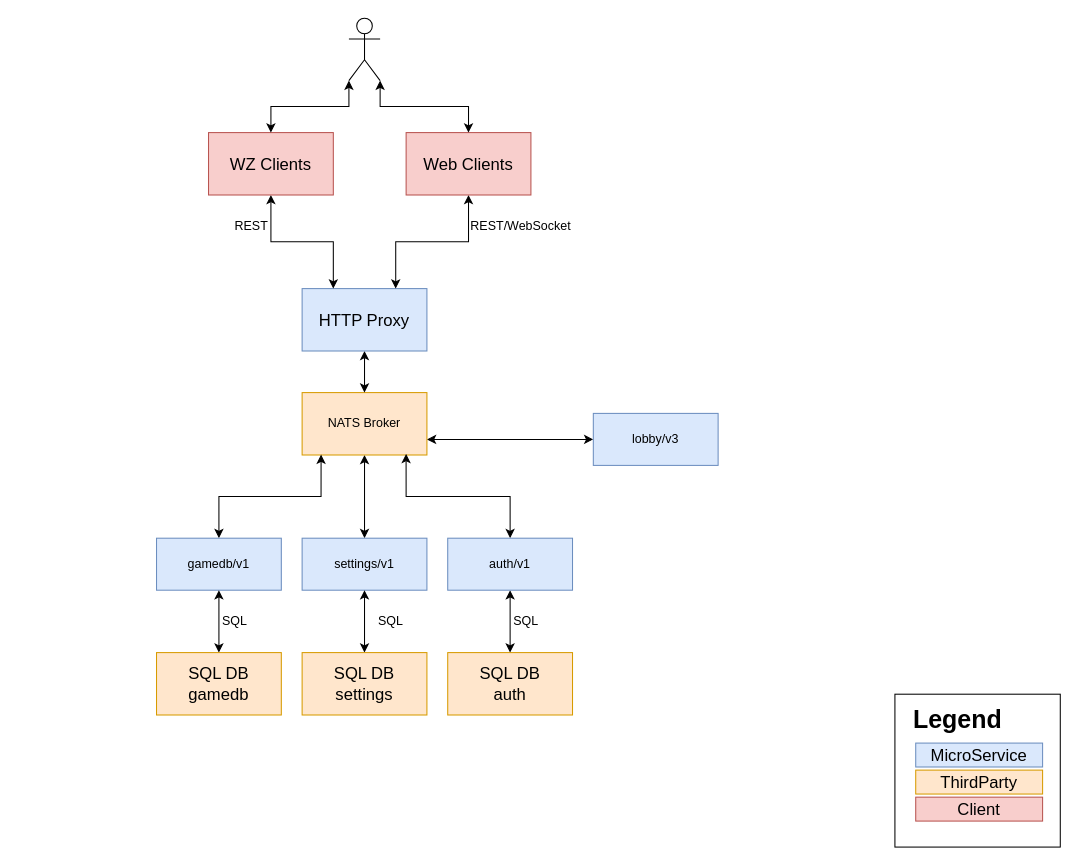
Above: docs/micro-service-architecture.drawio in jochumdev/microlobby (draw.io), before the change. Source tidied: cells renumbered, new cells numbered last; positions are measured from the earlier drawing's top-left corner, leaving out a move shared by most shapes. Both pictures are drawn from the tidied source at 104%, with x=0, y=0 at pixel (156, 18).
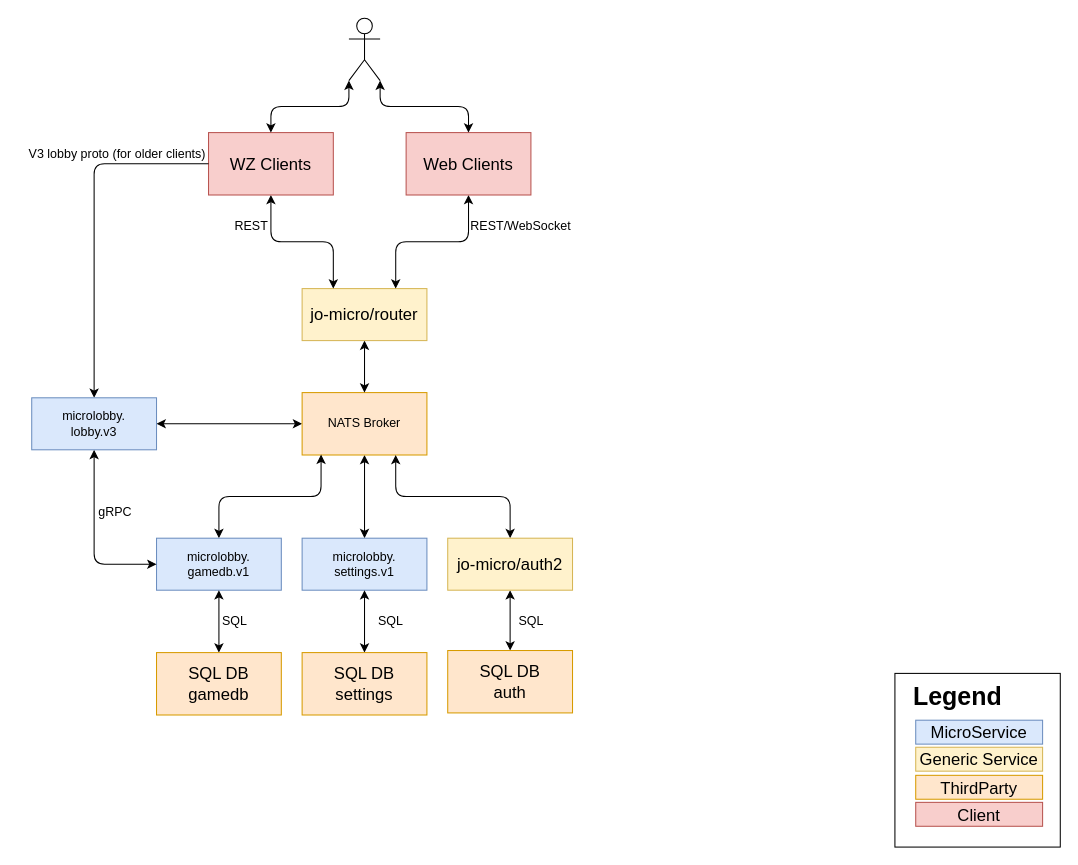
The same diagram, later.

The change refers to these unchanged cells:
```xml
<mxCell id="5" value="NATS Broker" style="rounded=0;whiteSpace=wrap;html=1;fillColor=#ffe6cc;strokeColor=#d79b00;" parent="1" vertex="1">
  <mxGeometry x="140" y="360" width="120" height="60" as="geometry" />
</mxCell>
<mxCell id="18" value="WZ Clients" style="rounded=0;whiteSpace=wrap;html=1;fontSize=16;fillColor=#f8cecc;strokeColor=#b85450;" parent="1" vertex="1">
  <mxGeometry x="50" y="110" width="120" height="60" as="geometry" />
</mxCell>
<mxCell id="20" value="Web Clients" style="rounded=0;whiteSpace=wrap;html=1;fontSize=16;fillColor=#f8cecc;strokeColor=#b85450;" parent="1" vertex="1">
  <mxGeometry x="240" y="110" width="120" height="60" as="geometry" />
</mxCell>
<mxCell id="26" style="shape=umlActor;verticalLabelPosition=bottom;verticalAlign=top;html=1;outlineConnect=0;fontSize=16;" parent="1" vertex="1">
  <mxGeometry x="185" width="30" height="60" as="geometry" />
</mxCell>
```

The edit, as a diff of the source:
```diff
@@
     <mxCell id="2" style="whiteSpace=wrap;html=1;fontSize=16;" parent="1" vertex="1">
-      <mxGeometry x="710" y="650" width="159" height="147" as="geometry" />
+      <mxGeometry x="710" y="630" width="159" height="167" as="geometry" />
     </mxCell>
-    <mxCell id="3" style="edgeStyle=orthogonalEdgeStyle;rounded=0;jettySize=auto;html=1;exitX=1;exitY=0.75;exitDx=0;exitDy=0;startArrow=classic;startFill=1;" parent="1" edge="1" source="5" target="31">
+    <mxCell id="3" style="edgeStyle=orthogonalEdgeStyle;rounded=0;jettySize=auto;html=1;exitX=0;exitY=0.5;exitDx=0;exitDy=0;startArrow=classic;startFill=1;" parent="1" edge="1" source="5" target="31">
       <mxGeometry relative="1" as="geometry" />
     </mxCell>
@@
-    <mxCell id="6" style="edgeStyle=orthogonalEdgeStyle;rounded=0;jettySize=auto;html=1;exitX=0.5;exitY=0;exitDx=0;exitDy=0;entryX=0.152;entryY=0.993;entryDx=0;entryDy=0;startArrow=classic;startFill=1;endArrow=classic;endFill=1;entryPerimeter=0;" parent="1" edge="1" source="7" target="5">
+    <mxCell id="6" style="rounded=1;jettySize=auto;html=1;exitX=0.5;exitY=0;exitDx=0;exitDy=0;entryX=0.152;entryY=0.993;entryDx=0;entryDy=0;startArrow=classic;startFill=1;endArrow=classic;endFill=1;entryPerimeter=0;edgeStyle=orthogonalEdgeStyle;" parent="1" edge="1" source="7" target="5">
       <mxGeometry relative="1" as="geometry" />
     </mxCell>
-    <mxCell id="7" value="gamedb/v1" style="rounded=0;whiteSpace=wrap;html=1;fillColor=#dae8fc;strokeColor=#6c8ebf;" parent="1" vertex="1">
+    <mxCell id="7" value="microlobby.&lt;br&gt;gamedb.v1" style="rounded=0;whiteSpace=wrap;html=1;fillColor=#dae8fc;strokeColor=#6c8ebf;" parent="1" vertex="1">
       <mxGeometry y="500" width="120" height="50" as="geometry" />
     </mxCell>
     <mxCell id="8" value="&lt;b style=&quot;font-size: 24px;&quot;&gt;Legend&lt;/b&gt;" style="text;html=1;align=center;verticalAlign=middle;strokeColor=none;fillColor=none;fontSize=24;" parent="1" vertex="1">
-      <mxGeometry x="720" y="660" width="100" height="30" as="geometry" />
+      <mxGeometry x="720" y="638" width="100" height="30" as="geometry" />
     </mxCell>
     <mxCell id="9" value="MicroService" style="rounded=0;whiteSpace=wrap;html=1;fontSize=16;fillColor=#dae8fc;strokeColor=#6c8ebf;" parent="1" vertex="1">
-      <mxGeometry x="730" y="697" width="122" height="23" as="geometry" />
+      <mxGeometry x="730" y="675" width="122" height="23" as="geometry" />
     </mxCell>
-    <mxCell id="10" value="ThirdParty" style="whiteSpace=wrap;html=1;fontSize=16;fillColor=#ffe6cc;strokeColor=#d79b00;" parent="1" vertex="1">
-      <mxGeometry x="730" y="723" width="122" height="23" as="geometry" />
+    <mxCell id="10" value="Generic Service" style="whiteSpace=wrap;html=1;fontSize=16;fillColor=#fff2cc;strokeColor=#d6b656;" parent="1" vertex="1">
+      <mxGeometry x="730" y="701" width="122" height="23" as="geometry" />
     </mxCell>
     <mxCell id="11" value="Client" style="rounded=0;whiteSpace=wrap;html=1;fontSize=16;fillColor=#f8cecc;strokeColor=#b85450;" parent="1" vertex="1">
-      <mxGeometry x="730" y="749" width="122" height="23" as="geometry" />
+      <mxGeometry x="730" y="754" width="122" height="23" as="geometry" />
     </mxCell>
-    <mxCell id="12" style="edgeStyle=orthogonalEdgeStyle;rounded=0;jettySize=auto;html=1;exitX=0.5;exitY=0;exitDx=0;exitDy=0;entryX=0.833;entryY=0.983;entryDx=0;entryDy=0;fontSize=16;startArrow=classic;startFill=1;endArrow=classic;endFill=1;entryPerimeter=0;" parent="1" edge="1" source="14" target="5">
-      <mxGeometry relative="1" as="geometry" />
-    </mxCell>
-    <mxCell id="13" style="edgeStyle=orthogonalEdgeStyle;rounded=0;jettySize=auto;html=1;exitX=0.5;exitY=1;exitDx=0;exitDy=0;entryX=0.5;entryY=0;entryDx=0;entryDy=0;fontSize=16;startArrow=classic;startFill=1;endArrow=classic;endFill=1;" parent="1" edge="1" source="14" target="23">
+    <mxCell id="13" style="edgeStyle=orthogonalEdgeStyle;rounded=0;jettySize=auto;html=1;entryX=0.5;entryY=0;entryDx=0;entryDy=0;fontSize=16;startArrow=classic;startFill=1;endArrow=classic;endFill=1;" parent="1" edge="1" source="41" target="23">
       <mxGeometry relative="1" as="geometry" />
     </mxCell>
-    <mxCell id="14" value="auth/v1" style="rounded=0;whiteSpace=wrap;html=1;fillColor=#dae8fc;strokeColor=#6c8ebf;" parent="1" vertex="1">
-      <mxGeometry x="280" y="500" width="120" height="50" as="geometry" />
-    </mxCell>
@@
-    <mxCell id="16" value="HTTP Proxy" style="rounded=0;whiteSpace=wrap;html=1;fontSize=16;fillColor=#dae8fc;strokeColor=#6c8ebf;" parent="1" vertex="1">
-      <mxGeometry x="140" y="260" width="120" height="60" as="geometry" />
+    <mxCell id="16" value="jo-micro/router" style="rounded=0;whiteSpace=wrap;html=1;fontSize=16;fillColor=#fff2cc;strokeColor=#d6b656;" parent="1" vertex="1">
+      <mxGeometry x="140" y="260" width="120" height="50" as="geometry" />
     </mxCell>
-    <mxCell id="17" style="edgeStyle=orthogonalEdgeStyle;rounded=0;jettySize=auto;html=1;exitX=0.5;exitY=1;exitDx=0;exitDy=0;entryX=0.25;entryY=0;entryDx=0;entryDy=0;fontSize=16;startArrow=classic;startFill=1;endArrow=classic;endFill=1;" parent="1" edge="1" source="18" target="16">
+    <mxCell id="17" style="edgeStyle=orthogonalEdgeStyle;rounded=1;jettySize=auto;html=1;exitX=0.5;exitY=1;exitDx=0;exitDy=0;entryX=0.25;entryY=0;entryDx=0;entryDy=0;fontSize=16;startArrow=classic;startFill=1;endArrow=classic;endFill=1;" parent="1" edge="1" source="18" target="16">
       <mxGeometry relative="1" as="geometry" />
     </mxCell>
@@
-    <mxCell id="19" style="edgeStyle=orthogonalEdgeStyle;rounded=0;jettySize=auto;html=1;exitX=0.5;exitY=1;exitDx=0;exitDy=0;entryX=0.75;entryY=0;entryDx=0;entryDy=0;fontSize=16;startArrow=classic;startFill=1;endArrow=classic;endFill=1;" parent="1" edge="1" source="20" target="16">
+    <mxCell id="19" style="edgeStyle=orthogonalEdgeStyle;rounded=1;jettySize=auto;html=1;exitX=0.5;exitY=1;exitDx=0;exitDy=0;entryX=0.75;entryY=0;entryDx=0;entryDy=0;fontSize=16;startArrow=classic;startFill=1;endArrow=classic;endFill=1;" parent="1" edge="1" source="20" target="16">
       <mxGeometry relative="1" as="geometry" />
     </mxCell>
@@
     <mxCell id="23" value="SQL DB&lt;br&gt;auth" style="rounded=0;whiteSpace=wrap;html=1;fontSize=16;fillColor=#ffe6cc;strokeColor=#d79b00;" parent="1" vertex="1">
-      <mxGeometry x="280" y="610" width="120" height="60" as="geometry" />
+      <mxGeometry x="280" y="608" width="120" height="60" as="geometry" />
     </mxCell>
-    <mxCell id="24" style="edgeStyle=orthogonalEdgeStyle;rounded=0;jettySize=auto;html=1;exitX=0;exitY=1;exitDx=0;exitDy=0;exitPerimeter=0;fontSize=16;startArrow=classic;startFill=1;endArrow=classic;endFill=1;" parent="1" edge="1" source="26" target="18">
+    <mxCell id="24" style="edgeStyle=orthogonalEdgeStyle;rounded=1;jettySize=auto;html=1;exitX=0;exitY=1;exitDx=0;exitDy=0;exitPerimeter=0;fontSize=16;startArrow=classic;startFill=1;endArrow=classic;endFill=1;" parent="1" edge="1" source="26" target="18">
       <mxGeometry relative="1" as="geometry" />
     </mxCell>
-    <mxCell id="25" style="edgeStyle=orthogonalEdgeStyle;rounded=0;jettySize=auto;html=1;exitX=1;exitY=1;exitDx=0;exitDy=0;exitPerimeter=0;fontSize=16;startArrow=classic;startFill=1;endArrow=classic;endFill=1;" parent="1" edge="1" source="26" target="20">
+    <mxCell id="25" style="edgeStyle=orthogonalEdgeStyle;rounded=1;jettySize=auto;html=1;exitX=1;exitY=1;exitDx=0;exitDy=0;exitPerimeter=0;fontSize=16;startArrow=classic;startFill=1;endArrow=classic;endFill=1;" parent="1" edge="1" source="26" target="20">
       <mxGeometry relative="1" as="geometry" />
     </mxCell>
+    <mxCell id="36" style="edgeStyle=none;html=1;exitX=0;exitY=0.5;exitDx=0;exitDy=0;entryX=0.5;entryY=0;entryDx=0;entryDy=0;" parent="1" edge="1" source="18" target="31">
+      <mxGeometry relative="1" as="geometry">
+        <Array as="points">
+          <mxPoint x="-60" y="140" />
+        </Array>
+      </mxGeometry>
+    </mxCell>
@@
     <mxCell id="30" value="SQL" style="text;html=1;align=center;verticalAlign=middle;strokeColor=none;fillColor=none;" parent="1" vertex="1">
-      <mxGeometry x="335" y="570" width="40" height="20" as="geometry" />
+      <mxGeometry x="340" y="570" width="40" height="20" as="geometry" />
     </mxCell>
+    <mxCell id="37" style="edgeStyle=none;html=1;exitX=0.5;exitY=1;exitDx=0;exitDy=0;entryX=0;entryY=0.5;entryDx=0;entryDy=0;startArrow=classic;startFill=1;" parent="1" edge="1" source="31" target="7">
+      <mxGeometry relative="1" as="geometry">
+        <Array as="points">
+          <mxPoint x="-60" y="525" />
+        </Array>
+      </mxGeometry>
+    </mxCell>
-    <mxCell id="31" value="lobby/v3" style="whiteSpace=wrap;html=1;fillColor=#dae8fc;strokeColor=#6c8ebf;" parent="1" vertex="1">
-      <mxGeometry x="420" y="380" width="120" height="50" as="geometry" />
+    <mxCell id="31" value="microlobby.&lt;br&gt;lobby.v3" style="whiteSpace=wrap;html=1;fillColor=#dae8fc;strokeColor=#6c8ebf;" parent="1" vertex="1">
+      <mxGeometry x="-120" y="365" width="120" height="50" as="geometry" />
     </mxCell>
-    <mxCell id="32" value="settings/v1" style="whiteSpace=wrap;html=1;fillColor=#dae8fc;strokeColor=#6c8ebf;" parent="1" vertex="1">
+    <mxCell id="32" value="microlobby.&lt;br&gt;settings.v1" style="whiteSpace=wrap;html=1;fillColor=#dae8fc;strokeColor=#6c8ebf;" parent="1" vertex="1">
       <mxGeometry x="140" y="500" width="120" height="50" as="geometry" />
     </mxCell>
@@
+    <mxCell id="38" value="V3 lobby proto (for older clients)" style="text;html=1;align=center;verticalAlign=middle;strokeColor=none;fillColor=none;" parent="1" vertex="1">
+      <mxGeometry x="-133" y="116" width="190" height="30" as="geometry" />
+    </mxCell>
+    <mxCell id="39" value="gRPC" style="text;html=1;align=center;verticalAlign=middle;strokeColor=none;fillColor=none;" parent="1" vertex="1">
+      <mxGeometry x="-70" y="460" width="60" height="30" as="geometry" />
+    </mxCell>
+    <mxCell id="40" style="html=1;exitX=0.5;exitY=0;exitDx=0;exitDy=0;entryX=0.75;entryY=1;entryDx=0;entryDy=0;startArrow=classic;startFill=1;edgeStyle=orthogonalEdgeStyle;" parent="1" edge="1" source="41" target="5">
+      <mxGeometry relative="1" as="geometry" />
+    </mxCell>
+    <mxCell id="41" value="jo-micro/auth2" style="rounded=0;whiteSpace=wrap;html=1;fontSize=16;fillColor=#fff2cc;strokeColor=#d6b656;" parent="1" vertex="1">
+      <mxGeometry x="280" y="500" width="120" height="50" as="geometry" />
+    </mxCell>
+    <mxCell id="42" value="ThirdParty" style="whiteSpace=wrap;html=1;fontSize=16;fillColor=#ffe6cc;strokeColor=#d79b00;" parent="1" vertex="1">
+      <mxGeometry x="730" y="728" width="122" height="23" as="geometry" />
+    </mxCell>
```
